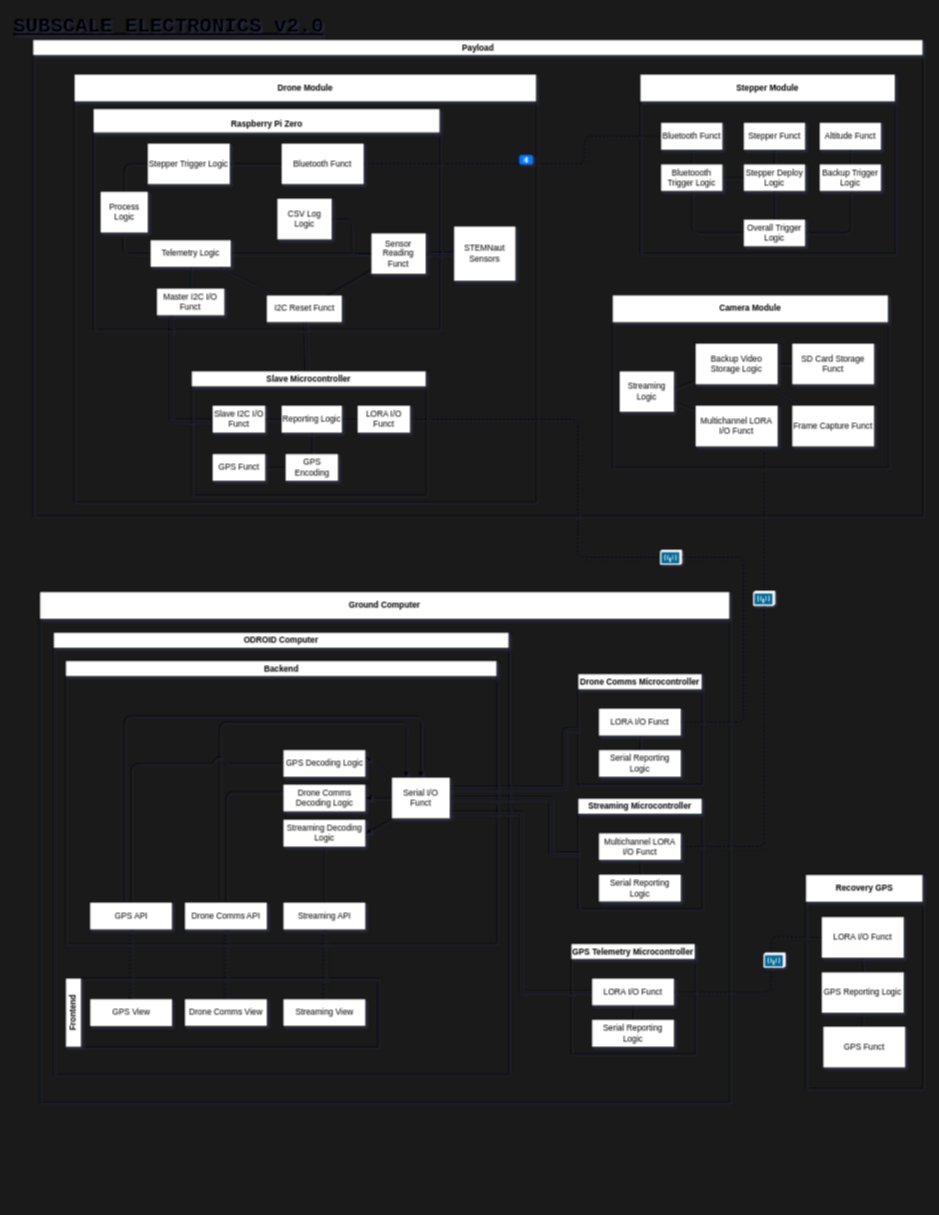
Above: page "Page-2" (1 of 2) of Design/Payload_charts.drawio in usfsoar/NSL_23-24_PayloadEECS (draw.io), before the change. Source tidied: cells renumbered, new cells numbered last; positions are measured from the earlier drawing's top-left corner, leaving out a move shared by most shapes. Both pictures are drawn from the tidied source at 69%, with x=0, y=0 at pixel (12, 12).
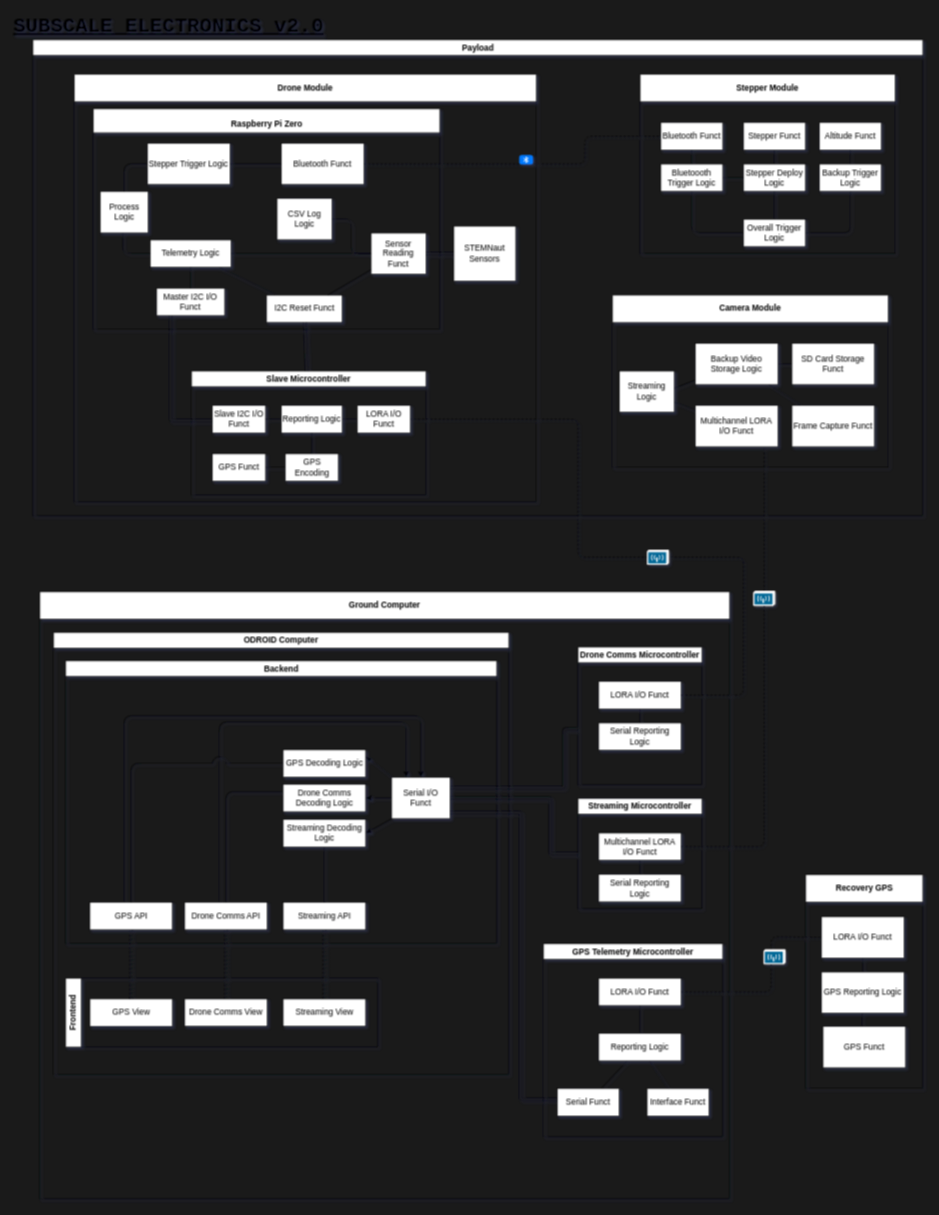
After the change.

Commit message (it also covers changes not shown here):
preped lora.py for dev

Unchanged cells that the change refers to:
```xml
<mxCell id="7" value="LORA I/O Funct" style="rounded=0;whiteSpace=wrap;html=1;" parent="5" vertex="1">
  <mxGeometry x="30" y="50" width="120" height="40" as="geometry" />
</mxCell>
<mxCell id="23" value="Serial I/O Funct" style="rounded=0;whiteSpace=wrap;html=1;" parent="19" vertex="1">
  <mxGeometry x="472.5" y="169" width="85" height="60" as="geometry" />
</mxCell>
<mxCell id="82" value="LORA I/O Funct" style="rounded=0;whiteSpace=wrap;html=1;" parent="80" vertex="1">
  <mxGeometry x="240" y="50" width="77.5" height="40" as="geometry" />
</mxCell>
```

Diff of the diagram source:
```diff
@@
     <mxCell id="3" value="Ground Computer" style="swimlane;whiteSpace=wrap;html=1;startSize=40;" parent="1" vertex="1">
-      <mxGeometry x="40" y="840" width="1000" height="740" as="geometry" />
+      <mxGeometry x="40" y="840" width="1000" height="880" as="geometry" />
     </mxCell>
@@
     <mxCell id="5" value="Drone Comms Microcontroller" style="swimlane;whiteSpace=wrap;html=1;labelBackgroundColor=none;fontColor=default;" parent="3" vertex="1">
-      <mxGeometry x="780" y="119" width="180" height="160" as="geometry" />
+      <mxGeometry x="780" y="80" width="180" height="200" as="geometry" />
     </mxCell>
@@
     <mxCell id="38" value="GPS Telemetry Microcontroller" style="swimlane;whiteSpace=wrap;html=1;labelBackgroundColor=none;fontColor=default;" parent="3" vertex="1">
-      <mxGeometry x="770" y="510" width="180" height="160" as="geometry" />
+      <mxGeometry x="730" y="510" width="260" height="280" as="geometry" />
     </mxCell>
@@
     <mxCell id="40" value="LORA I/O Funct" style="rounded=0;whiteSpace=wrap;html=1;" parent="38" vertex="1">
-      <mxGeometry x="30" y="50" width="120" height="40" as="geometry" />
+      <mxGeometry x="80" y="50" width="120" height="40" as="geometry" />
     </mxCell>
+    <mxCell id="115" style="edgeStyle=none;html=1;endArrow=none;endFill=0;" parent="38" edge="1" source="41" target="118">
+      <mxGeometry relative="1" as="geometry" />
+    </mxCell>
+    <mxCell id="116" style="edgeStyle=none;html=1;endArrow=none;endFill=0;" parent="38" edge="1" source="41" target="117">
+      <mxGeometry relative="1" as="geometry" />
+    </mxCell>
-    <mxCell id="41" value="Serial Reporting Logic" style="rounded=0;whiteSpace=wrap;html=1;" parent="38" vertex="1">
-      <mxGeometry x="30" y="110" width="120" height="40" as="geometry" />
+    <mxCell id="41" value="Reporting Logic" style="rounded=0;whiteSpace=wrap;html=1;" parent="38" vertex="1">
+      <mxGeometry x="80" y="130" width="120" height="40" as="geometry" />
     </mxCell>
+    <mxCell id="117" value="Interface Funct" style="rounded=0;whiteSpace=wrap;html=1;" parent="38" vertex="1">
+      <mxGeometry x="150" y="210" width="90" height="40" as="geometry" />
+    </mxCell>
+    <mxCell id="118" value="Serial Funct" style="rounded=0;whiteSpace=wrap;html=1;" parent="38" vertex="1">
+      <mxGeometry x="20" y="210" width="90" height="40" as="geometry" />
+    </mxCell>
-    <mxCell id="42" style="edgeStyle=orthogonalEdgeStyle;shape=link;jumpStyle=gap;jumpSize=20;html=1;entryX=0;entryY=0.5;entryDx=0;entryDy=0;fontColor=default;startArrow=none;startFill=0;endArrow=none;endFill=0;" parent="3" edge="1" source="23" target="40">
+    <mxCell id="42" style="edgeStyle=orthogonalEdgeStyle;shape=link;jumpStyle=gap;jumpSize=20;html=1;fontColor=default;startArrow=none;startFill=0;endArrow=none;endFill=0;entryX=-0.004;entryY=0.392;entryDx=0;entryDy=0;entryPerimeter=0;" parent="3" edge="1" source="23" target="118">
       <mxGeometry relative="1" as="geometry">
         <Array as="points">
           <mxPoint x="697" y="320" />
-          <mxPoint x="697" y="580" />
+          <mxPoint x="697" y="736" />
         </Array>
       </mxGeometry>
     </mxCell>
     <mxCell id="43" style="endArrow=none;html=1;dashed=1;fontColor=default;exitX=1;exitY=0.5;exitDx=0;exitDy=0;startArrow=none;startFill=0;edgeStyle=orthogonalEdgeStyle;endFill=0;entryX=1;entryY=0.5;entryDx=0;entryDy=0;" parent="1" edge="1" source="7" target="82">
       <mxGeometry relative="1" as="geometry">
         <Array as="points">
-          <mxPoint x="1060" y="1029" />
+          <mxPoint x="1060" y="990" />
           <mxPoint x="1060" y="790" />
           <mxPoint x="820" y="790" />
           <mxPoint x="820" y="590" />
         </Array>
       </mxGeometry>
     </mxCell>
```
